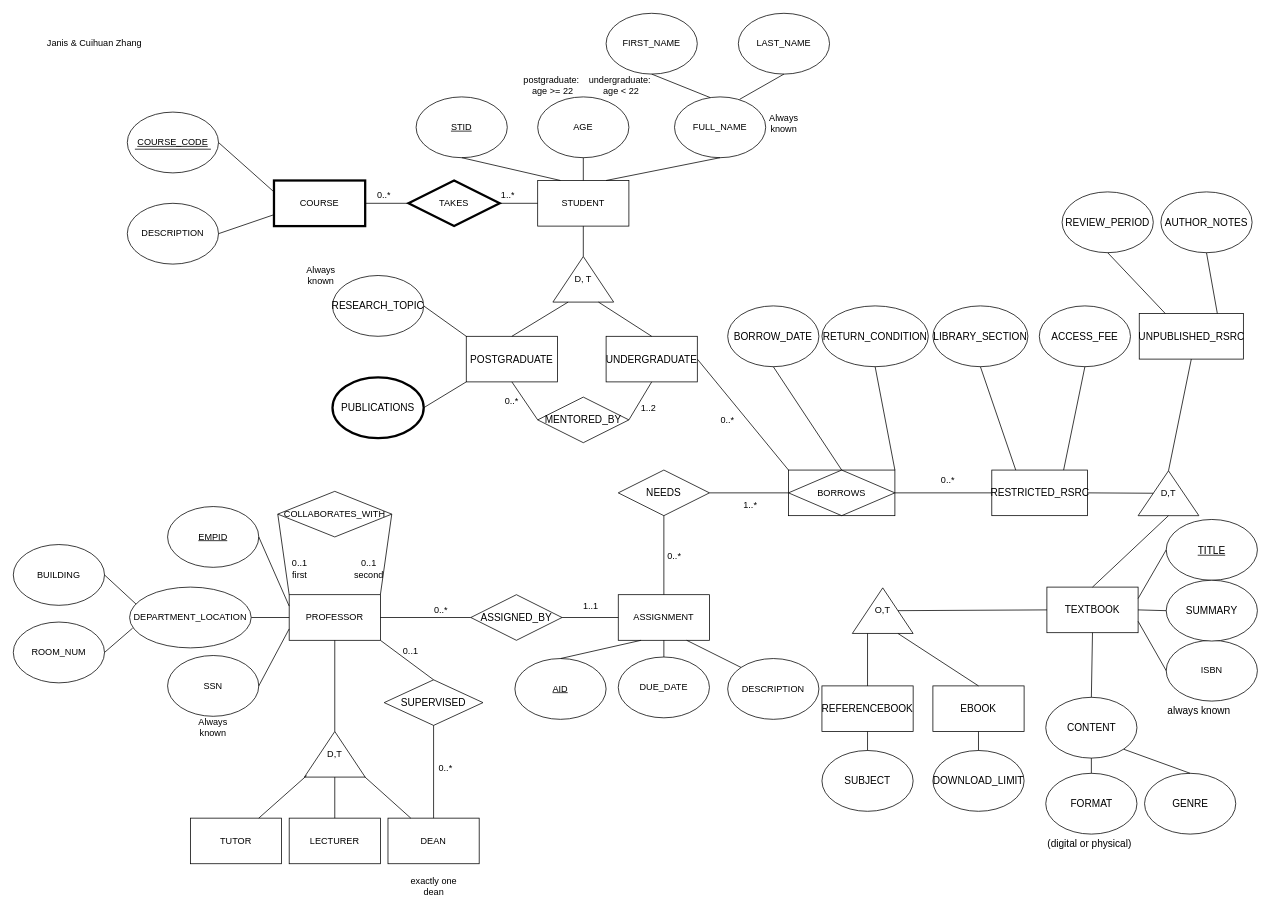
Before: DM-HW1_Janis & Cuihuan.drawio in us-ja/Data_Management, a draw.io diagram. Source tidied: cells renumbered, new cells numbered last; positions are measured from the earlier drawing's top-left corner, leaving out a move shared by most shapes. Both pictures are drawn from the tidied source at 76%, with x=0, y=0 at pixel (13, 13).
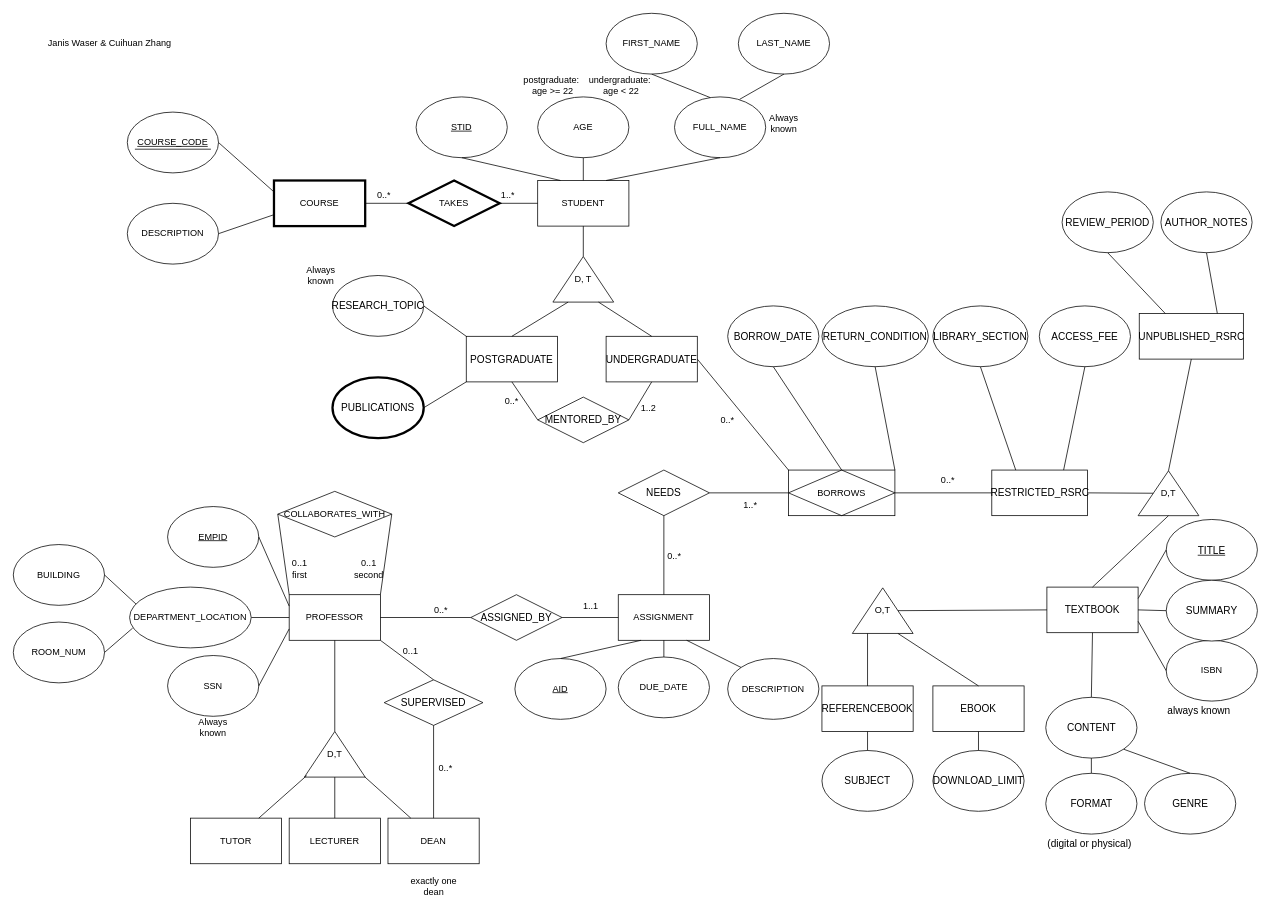
Above is the later version.

The edit, as a diff of the source:
```diff
@@
-    <mxCell id="139" value="Janis &amp;amp; Cuihuan Zhang" style="text;html=1;align=center;verticalAlign=middle;whiteSpace=wrap;rounded=0;" parent="1" vertex="1">
-      <mxGeometry x="37" y="25" width="140" height="30" as="geometry" />
+    <mxCell id="139" value="Janis Waser &amp;amp; Cuihuan Zhang" style="text;html=1;align=center;verticalAlign=middle;whiteSpace=wrap;rounded=0;" parent="1" vertex="1">
+      <mxGeometry x="37" y="25" width="180" height="30" as="geometry" />
     </mxCell>
```
